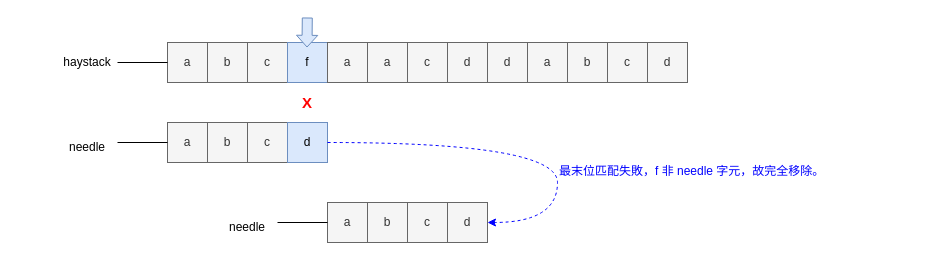
Before: page "第 2 页" (2 of 5) of docs/0028_find_the_index_of_the_first_occurrence_in_a_string_bm.drawio in rickbsr/example-leetcode, a draw.io diagram. Source tidied: cells renumbered, new cells numbered last; positions are measured from the earlier drawing's top-left corner, leaving out a move shared by most shapes. Both pictures are drawn from the tidied source at 100%, with x=0, y=0 at pixel (57, 17).
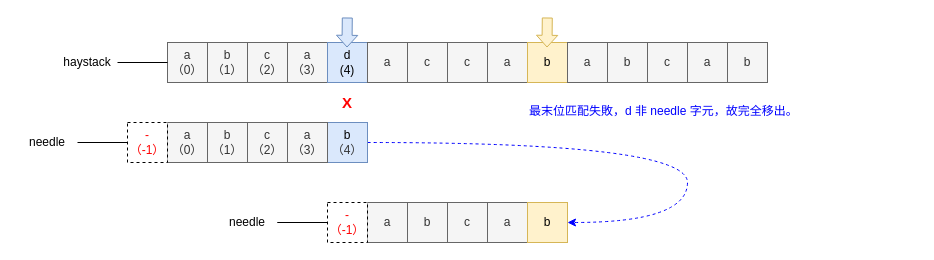
Above is the later version.

The change refers to these unchanged cells:
```xml
<mxCell id="12" value="haystack" style="text;html=1;align=center;verticalAlign=middle;whiteSpace=wrap;rounded=0;" parent="1" vertex="1">
  <mxGeometry y="30" width="60" height="30" as="geometry" />
</mxCell>
```

Change to the diagram source:
```diff
@@
+    <mxCell id="33" value="b" style="rounded=0;whiteSpace=wrap;html=1;fillColor=#f5f5f5;strokeColor=#666666;fontColor=#333333;" parent="1" vertex="1">
+      <mxGeometry x="670" y="25" width="40" height="40" as="geometry" />
+    </mxCell>
     <mxCell id="2" value="&lt;font color=&quot;#ff0000&quot; style=&quot;font-size: 15px;&quot;&gt;&lt;b style=&quot;&quot;&gt;X&lt;/b&gt;&lt;/font&gt;" style="rounded=0;whiteSpace=wrap;html=1;fontSize=15;strokeColor=none;" parent="1" vertex="1">
-      <mxGeometry x="230" y="65" width="40" height="40" as="geometry" />
+      <mxGeometry x="270" y="65" width="40" height="40" as="geometry" />
     </mxCell>
-    <mxCell id="3" value="b" style="rounded=0;whiteSpace=wrap;html=1;fillColor=#f5f5f5;fontColor=#333333;strokeColor=#666666;" parent="1" vertex="1">
-      <mxGeometry x="150" y="25" width="40" height="40" as="geometry" />
-    </mxCell>
-    <mxCell id="4" value="c" style="rounded=0;whiteSpace=wrap;html=1;fillColor=#f5f5f5;fontColor=#333333;strokeColor=#666666;" parent="1" vertex="1">
-      <mxGeometry x="190" y="25" width="40" height="40" as="geometry" />
-    </mxCell>
-    <mxCell id="5" value="f" style="rounded=0;whiteSpace=wrap;html=1;fillColor=#dae8fc;strokeColor=#6c8ebf;" parent="1" vertex="1">
-      <mxGeometry x="230" y="25" width="40" height="40" as="geometry" />
-    </mxCell>
-    <mxCell id="6" value="d" style="rounded=0;whiteSpace=wrap;html=1;fillColor=#f5f5f5;strokeColor=#666666;fontColor=#333333;" parent="1" vertex="1">
-      <mxGeometry x="390" y="25" width="40" height="40" as="geometry" />
-    </mxCell>
-    <mxCell id="7" value="a" style="rounded=0;whiteSpace=wrap;html=1;fillColor=#f5f5f5;fontColor=#333333;strokeColor=#666666;" parent="1" vertex="1">
-      <mxGeometry x="110" y="25" width="40" height="40" as="geometry" />
-    </mxCell>
-    <mxCell id="8" value="a" style="rounded=0;whiteSpace=wrap;html=1;fillColor=#f5f5f5;fontColor=#333333;strokeColor=#666666;" parent="1" vertex="1">
-      <mxGeometry x="270" y="25" width="40" height="40" as="geometry" />
-    </mxCell>
+    <mxCell id="34" value="b&lt;br&gt;（1）" style="rounded=0;whiteSpace=wrap;html=1;fillColor=#f5f5f5;fontColor=#333333;strokeColor=#666666;" parent="1" vertex="1">
+      <mxGeometry x="150" y="25" width="40" height="40" as="geometry" />
+    </mxCell>
+    <mxCell id="35" value="c&lt;br&gt;（2）" style="rounded=0;whiteSpace=wrap;html=1;fillColor=#f5f5f5;fontColor=#333333;strokeColor=#666666;" parent="1" vertex="1">
+      <mxGeometry x="190" y="25" width="40" height="40" as="geometry" />
+    </mxCell>
+    <mxCell id="36" value="a&lt;br&gt;（3）" style="rounded=0;whiteSpace=wrap;html=1;fillColor=#f5f5f5;strokeColor=#666666;fontColor=#333333;" parent="1" vertex="1">
+      <mxGeometry x="230" y="25" width="40" height="40" as="geometry" />
+    </mxCell>
+    <mxCell id="37" value="c" style="rounded=0;whiteSpace=wrap;html=1;fillColor=#f5f5f5;strokeColor=#666666;fontColor=#333333;" parent="1" vertex="1">
+      <mxGeometry x="390" y="25" width="40" height="40" as="geometry" />
+    </mxCell>
+    <mxCell id="38" value="a&lt;br&gt;（0）" style="rounded=0;whiteSpace=wrap;html=1;fillColor=#f5f5f5;fontColor=#333333;strokeColor=#666666;" parent="1" vertex="1">
+      <mxGeometry x="110" y="25" width="40" height="40" as="geometry" />
+    </mxCell>
+    <mxCell id="39" value="d&lt;br&gt;(4)" style="rounded=0;whiteSpace=wrap;html=1;fillColor=#dae8fc;strokeColor=#6c8ebf;" parent="1" vertex="1">
+      <mxGeometry x="270" y="25" width="40" height="40" as="geometry" />
+    </mxCell>
@@
-    <mxCell id="10" value="c" style="rounded=0;whiteSpace=wrap;html=1;fillColor=#f5f5f5;strokeColor=#666666;fontColor=#333333;" parent="1" vertex="1">
-      <mxGeometry x="550" y="25" width="40" height="40" as="geometry" />
-    </mxCell>
-    <mxCell id="11" style="edgeStyle=orthogonalEdgeStyle;rounded=0;jettySize=auto;html=1;exitX=1;exitY=0.5;exitDx=0;exitDy=0;entryX=0;entryY=0.5;entryDx=0;entryDy=0;endArrow=none;endFill=0;" parent="1" edge="1" source="12" target="7">
-      <mxGeometry relative="1" as="geometry" />
-    </mxCell>
+    <mxCell id="40" value="c" style="rounded=0;whiteSpace=wrap;html=1;fillColor=#f5f5f5;strokeColor=#666666;fontColor=#333333;" parent="1" vertex="1">
+      <mxGeometry x="590" y="25" width="40" height="40" as="geometry" />
+    </mxCell>
+    <mxCell id="41" style="edgeStyle=orthogonalEdgeStyle;rounded=0;jettySize=auto;html=1;exitX=1;exitY=0.5;exitDx=0;exitDy=0;entryX=0;entryY=0.5;entryDx=0;entryDy=0;endArrow=none;endFill=0;" parent="1" edge="1" source="12" target="38">
+      <mxGeometry relative="1" as="geometry" />
+    </mxCell>
@@
-    <mxCell id="13" style="shape=flexArrow;endArrow=classic;html=1;rounded=0;endWidth=10.263157894736842;endSize=3.5605263157894735;fillColor=#dae8fc;strokeColor=#6c8ebf;" parent="1" edge="1">
-      <mxGeometry relative="1" as="geometry">
-        <mxPoint x="249.8" as="sourcePoint" />
-        <mxPoint x="249.5" y="30" as="targetPoint" />
-      </mxGeometry>
-    </mxCell>
-    <mxCell id="14" value="c" style="rounded=0;whiteSpace=wrap;html=1;fillColor=#f5f5f5;fontColor=#333333;strokeColor=#666666;" parent="1" vertex="1">
-      <mxGeometry x="190" y="105" width="40" height="40" as="geometry" />
-    </mxCell>
-    <mxCell id="15" value="a" style="rounded=0;whiteSpace=wrap;html=1;fillColor=#f5f5f5;fontColor=#333333;strokeColor=#666666;" parent="1" vertex="1">
-      <mxGeometry x="110" y="105" width="40" height="40" as="geometry" />
-    </mxCell>
-    <mxCell id="16" value="b" style="rounded=0;whiteSpace=wrap;html=1;fillColor=#f5f5f5;fontColor=#333333;strokeColor=#666666;" parent="1" vertex="1">
-      <mxGeometry x="150" y="105" width="40" height="40" as="geometry" />
-    </mxCell>
-    <mxCell id="17" style="edgeStyle=orthogonalEdgeStyle;rounded=0;orthogonalLoop=1;jettySize=auto;html=1;exitX=1;exitY=0.5;exitDx=0;exitDy=0;entryX=0;entryY=0.5;entryDx=0;entryDy=0;endArrow=none;endFill=0;" parent="1" edge="1">
-      <mxGeometry relative="1" as="geometry">
-        <mxPoint x="60" y="125" as="sourcePoint" />
-        <mxPoint x="110" y="125" as="targetPoint" />
-      </mxGeometry>
-    </mxCell>
-    <mxCell id="18" value="needle" style="text;html=1;strokeColor=none;fillColor=none;align=center;verticalAlign=middle;whiteSpace=wrap;rounded=0;" parent="1" vertex="1">
-      <mxGeometry y="115" width="60" height="30" as="geometry" />
-    </mxCell>
-    <mxCell id="19" value="d" style="rounded=0;whiteSpace=wrap;html=1;fillColor=#f5f5f5;strokeColor=#666666;fontColor=#333333;" parent="1" vertex="1">
-      <mxGeometry x="590" y="25" width="40" height="40" as="geometry" />
-    </mxCell>
-    <mxCell id="20" value="d" style="rounded=0;whiteSpace=wrap;html=1;fillColor=#dae8fc;strokeColor=#6c8ebf;" parent="1" vertex="1">
-      <mxGeometry x="230" y="105" width="40" height="40" as="geometry" />
-    </mxCell>
+    <mxCell id="42" style="shape=flexArrow;endArrow=classic;html=1;rounded=0;endWidth=10.263157894736842;endSize=3.5605263157894735;fillColor=#dae8fc;strokeColor=#6c8ebf;" parent="1" edge="1">
+      <mxGeometry relative="1" as="geometry">
+        <mxPoint x="289.8" as="sourcePoint" />
+        <mxPoint x="289.5" y="30" as="targetPoint" />
+      </mxGeometry>
+    </mxCell>
+    <mxCell id="43" style="edgeStyle=orthogonalEdgeStyle;rounded=0;orthogonalLoop=1;jettySize=auto;html=1;exitX=1;exitY=0.5;exitDx=0;exitDy=0;entryX=0;entryY=0.5;entryDx=0;entryDy=0;endArrow=none;endFill=0;" parent="1" edge="1">
+      <mxGeometry relative="1" as="geometry">
+        <mxPoint x="20" y="125" as="sourcePoint" />
+        <mxPoint x="70" y="125" as="targetPoint" />
+      </mxGeometry>
+    </mxCell>
+    <mxCell id="44" value="needle" style="text;html=1;strokeColor=none;fillColor=none;align=center;verticalAlign=middle;whiteSpace=wrap;rounded=0;" parent="1" vertex="1">
+      <mxGeometry x="-40" y="110" width="60" height="30" as="geometry" />
+    </mxCell>
+    <mxCell id="45" value="a" style="rounded=0;whiteSpace=wrap;html=1;fillColor=#f5f5f5;strokeColor=#666666;fontColor=#333333;" parent="1" vertex="1">
+      <mxGeometry x="630" y="25" width="40" height="40" as="geometry" />
+    </mxCell>
@@
-    <mxCell id="22" value="c" style="rounded=0;whiteSpace=wrap;html=1;fillColor=#f5f5f5;strokeColor=#666666;fontColor=#333333;" parent="1" vertex="1">
-      <mxGeometry x="350" y="185" width="40" height="40" as="geometry" />
-    </mxCell>
-    <mxCell id="23" value="a" style="rounded=0;whiteSpace=wrap;html=1;fillColor=#f5f5f5;fontColor=#333333;strokeColor=#666666;" parent="1" vertex="1">
-      <mxGeometry x="270" y="185" width="40" height="40" as="geometry" />
-    </mxCell>
-    <mxCell id="24" value="b" style="rounded=0;whiteSpace=wrap;html=1;fillColor=#f5f5f5;strokeColor=#666666;fontColor=#333333;" parent="1" vertex="1">
-      <mxGeometry x="310" y="185" width="40" height="40" as="geometry" />
-    </mxCell>
-    <mxCell id="25" style="edgeStyle=orthogonalEdgeStyle;rounded=0;orthogonalLoop=1;jettySize=auto;html=1;exitX=1;exitY=0.5;exitDx=0;exitDy=0;entryX=0;entryY=0.5;entryDx=0;entryDy=0;endArrow=none;endFill=0;" parent="1" edge="1">
-      <mxGeometry relative="1" as="geometry">
-        <mxPoint x="220" y="205" as="sourcePoint" />
-        <mxPoint x="270" y="205" as="targetPoint" />
-      </mxGeometry>
-    </mxCell>
-    <mxCell id="26" value="needle" style="text;html=1;strokeColor=none;fillColor=none;align=center;verticalAlign=middle;whiteSpace=wrap;rounded=0;" parent="1" vertex="1">
-      <mxGeometry x="160" y="195" width="60" height="30" as="geometry" />
-    </mxCell>
-    <mxCell id="27" value="d" style="rounded=0;whiteSpace=wrap;html=1;fillColor=#f5f5f5;strokeColor=#666666;fontColor=#333333;" parent="1" vertex="1">
-      <mxGeometry x="390" y="185" width="40" height="40" as="geometry" />
-    </mxCell>
-    <mxCell id="28" value="a" style="rounded=0;whiteSpace=wrap;html=1;fillColor=#f5f5f5;strokeColor=#666666;fontColor=#333333;" parent="1" vertex="1">
-      <mxGeometry x="470" y="25" width="40" height="40" as="geometry" />
-    </mxCell>
-    <mxCell id="29" value="b" style="rounded=0;whiteSpace=wrap;html=1;fillColor=#f5f5f5;strokeColor=#666666;fontColor=#333333;" parent="1" vertex="1">
-      <mxGeometry x="510" y="25" width="40" height="40" as="geometry" />
-    </mxCell>
-    <mxCell id="30" value="d" style="rounded=0;whiteSpace=wrap;html=1;fillColor=#f5f5f5;strokeColor=#666666;fontColor=#333333;" parent="1" vertex="1">
-      <mxGeometry x="430" y="25" width="40" height="40" as="geometry" />
-    </mxCell>
-    <mxCell id="31" style="endArrow=classic;html=1;rounded=0;entryX=1;entryY=0.5;entryDx=0;entryDy=0;edgeStyle=orthogonalEdgeStyle;curved=1;strokeColor=#0000FF;dashed=1;exitX=1;exitY=0.5;exitDx=0;exitDy=0;" parent="1" edge="1" source="20">
-      <mxGeometry relative="1" as="geometry">
-        <mxPoint x="430" y="205" as="targetPoint" />
-        <Array as="points">
-          <mxPoint x="500" y="125" />
-          <mxPoint x="500" y="205" />
-        </Array>
-      </mxGeometry>
-    </mxCell>
-    <mxCell id="32" value="&lt;font&gt;最末位匹配失敗，f 非 needle 字元，故完全移除。&lt;br&gt;&lt;/font&gt;" style="text;html=1;strokeColor=none;fillColor=none;align=left;verticalAlign=middle;whiteSpace=wrap;rounded=0;fontColor=#0000FF;" parent="1" vertex="1">
-      <mxGeometry x="500" y="125" width="360" height="57.5" as="geometry" />
-    </mxCell>
+    <mxCell id="46" style="edgeStyle=orthogonalEdgeStyle;rounded=0;orthogonalLoop=1;jettySize=auto;html=1;exitX=1;exitY=0.5;exitDx=0;exitDy=0;entryX=0;entryY=0.5;entryDx=0;entryDy=0;endArrow=none;endFill=0;" parent="1" edge="1">
+      <mxGeometry relative="1" as="geometry">
+        <mxPoint x="220" y="205" as="sourcePoint" />
+        <mxPoint x="270" y="205" as="targetPoint" />
+      </mxGeometry>
+    </mxCell>
+    <mxCell id="47" value="a" style="rounded=0;whiteSpace=wrap;html=1;fillColor=#f5f5f5;strokeColor=#666666;fontColor=#333333;" parent="1" vertex="1">
+      <mxGeometry x="430" y="25" width="40" height="40" as="geometry" />
+    </mxCell>
+    <mxCell id="48" value="b" style="rounded=0;whiteSpace=wrap;html=1;fillColor=#fff2cc;strokeColor=#d6b656;" parent="1" vertex="1">
+      <mxGeometry x="470" y="25" width="40" height="40" as="geometry" />
+    </mxCell>
+    <mxCell id="49" value="a" style="rounded=0;whiteSpace=wrap;html=1;fillColor=#f5f5f5;strokeColor=#666666;fontColor=#333333;" parent="1" vertex="1">
+      <mxGeometry x="510" y="25" width="40" height="40" as="geometry" />
+    </mxCell>
+    <mxCell id="50" value="b" style="rounded=0;whiteSpace=wrap;html=1;fillColor=#f5f5f5;strokeColor=#666666;fontColor=#333333;" parent="1" vertex="1">
+      <mxGeometry x="550" y="25" width="40" height="40" as="geometry" />
+    </mxCell>
+    <mxCell id="51" style="endArrow=classic;html=1;rounded=0;edgeStyle=orthogonalEdgeStyle;curved=1;strokeColor=#0000FF;dashed=1;exitX=1;exitY=0.5;exitDx=0;exitDy=0;entryX=1;entryY=0.5;entryDx=0;entryDy=0;" parent="1" edge="1">
+      <mxGeometry relative="1" as="geometry">
+        <mxPoint x="310" y="125" as="sourcePoint" />
+        <mxPoint x="510" y="205" as="targetPoint" />
+        <Array as="points">
+          <mxPoint x="630" y="125" />
+          <mxPoint x="630" y="205" />
+        </Array>
+      </mxGeometry>
+    </mxCell>
+    <mxCell id="52" style="shape=flexArrow;endArrow=classic;html=1;rounded=0;endWidth=10.263157894736842;endSize=3.5605263157894735;fillColor=#fff2cc;strokeColor=#d6b656;" parent="1" edge="1">
+      <mxGeometry relative="1" as="geometry">
+        <mxPoint x="489.8" as="sourcePoint" />
+        <mxPoint x="489.5" y="30" as="targetPoint" />
+      </mxGeometry>
+    </mxCell>
+    <mxCell id="53" value="c" style="rounded=0;whiteSpace=wrap;html=1;fillColor=#f5f5f5;strokeColor=#666666;fontColor=#333333;" parent="1" vertex="1">
+      <mxGeometry x="390" y="185" width="40" height="40" as="geometry" />
+    </mxCell>
+    <mxCell id="54" value="a" style="rounded=0;whiteSpace=wrap;html=1;fillColor=#f5f5f5;fontColor=#333333;strokeColor=#666666;" parent="1" vertex="1">
+      <mxGeometry x="310" y="185" width="40" height="40" as="geometry" />
+    </mxCell>
+    <mxCell id="55" value="b" style="rounded=0;whiteSpace=wrap;html=1;fillColor=#f5f5f5;strokeColor=#666666;fontColor=#333333;" parent="1" vertex="1">
+      <mxGeometry x="350" y="185" width="40" height="40" as="geometry" />
+    </mxCell>
+    <mxCell id="56" style="edgeStyle=orthogonalEdgeStyle;rounded=0;orthogonalLoop=1;jettySize=auto;html=1;exitX=1;exitY=0.5;exitDx=0;exitDy=0;entryX=0;entryY=0.5;entryDx=0;entryDy=0;endArrow=none;endFill=0;" parent="1" edge="1">
+      <mxGeometry relative="1" as="geometry">
+        <mxPoint x="220" y="205" as="sourcePoint" />
+        <mxPoint x="270" y="205" as="targetPoint" />
+      </mxGeometry>
+    </mxCell>
+    <mxCell id="57" value="needle" style="text;html=1;strokeColor=none;fillColor=none;align=center;verticalAlign=middle;whiteSpace=wrap;rounded=0;" parent="1" vertex="1">
+      <mxGeometry x="160" y="190" width="60" height="30" as="geometry" />
+    </mxCell>
+    <mxCell id="58" value="a" style="rounded=0;whiteSpace=wrap;html=1;fillColor=#f5f5f5;strokeColor=#666666;fontColor=#333333;" parent="1" vertex="1">
+      <mxGeometry x="430" y="185" width="40" height="40" as="geometry" />
+    </mxCell>
+    <mxCell id="59" value="b" style="rounded=0;whiteSpace=wrap;html=1;fillColor=#fff2cc;strokeColor=#d6b656;" parent="1" vertex="1">
+      <mxGeometry x="470" y="185" width="40" height="40" as="geometry" />
+    </mxCell>
+    <mxCell id="60" value="c&lt;br&gt;（2）" style="rounded=0;whiteSpace=wrap;html=1;fillColor=#f5f5f5;fontColor=#333333;strokeColor=#666666;" parent="1" vertex="1">
+      <mxGeometry x="190" y="105" width="40" height="40" as="geometry" />
+    </mxCell>
+    <mxCell id="61" value="a&lt;br&gt;（0）" style="rounded=0;whiteSpace=wrap;html=1;fillColor=#f5f5f5;fontColor=#333333;strokeColor=#666666;" parent="1" vertex="1">
+      <mxGeometry x="110" y="105" width="40" height="40" as="geometry" />
+    </mxCell>
+    <mxCell id="62" value="b&lt;br&gt;（1）" style="rounded=0;whiteSpace=wrap;html=1;fillColor=#f5f5f5;fontColor=#333333;strokeColor=#666666;" parent="1" vertex="1">
+      <mxGeometry x="150" y="105" width="40" height="40" as="geometry" />
+    </mxCell>
+    <mxCell id="63" value="b&lt;br style=&quot;color: rgb(51, 51, 51);&quot;&gt;&lt;span style=&quot;color: rgb(51, 51, 51);&quot;&gt;（4）&lt;/span&gt;" style="rounded=0;whiteSpace=wrap;html=1;fillColor=#dae8fc;strokeColor=#6c8ebf;" parent="1" vertex="1">
+      <mxGeometry x="270" y="105" width="40" height="40" as="geometry" />
+    </mxCell>
+    <mxCell id="64" value="a&lt;br&gt;（3）" style="rounded=0;whiteSpace=wrap;html=1;fillColor=#f5f5f5;fontColor=#333333;strokeColor=#666666;" parent="1" vertex="1">
+      <mxGeometry x="230" y="105" width="40" height="40" as="geometry" />
+    </mxCell>
+    <mxCell id="65" value="-&lt;br&gt;（-1）" style="rounded=0;whiteSpace=wrap;html=1;dashed=1;fontColor=#FF0000;" parent="1" vertex="1">
+      <mxGeometry x="70" y="105" width="40" height="40" as="geometry" />
+    </mxCell>
+    <mxCell id="66" value="-&lt;br&gt;（-1）" style="rounded=0;whiteSpace=wrap;html=1;dashed=1;fontColor=#FF0000;" parent="1" vertex="1">
+      <mxGeometry x="270" y="185" width="40" height="40" as="geometry" />
+    </mxCell>
+    <mxCell id="67" value="&lt;font&gt;最末位匹配失敗，d 非 needle 字元，故完全移出。&lt;br&gt;&lt;/font&gt;" style="text;html=1;strokeColor=none;fillColor=none;align=left;verticalAlign=middle;whiteSpace=wrap;rounded=0;fontColor=#0000FF;" parent="1" vertex="1">
+      <mxGeometry x="470" y="65" width="360" height="57.5" as="geometry" />
+    </mxCell>
```
